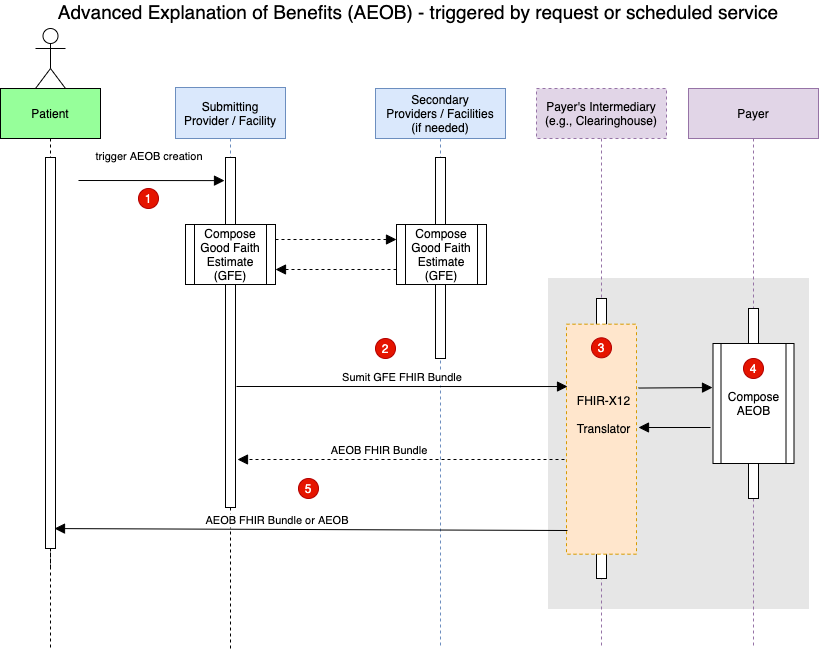
This is input/images/AEOB-interaction.png from HL7/davinci-pct, a draw.io export, as it was before one commit. Source tidied: cells renumbered, new cells last; positions are measured from the earlier drawing's top-left corner, leaving out a move shared by most shapes.
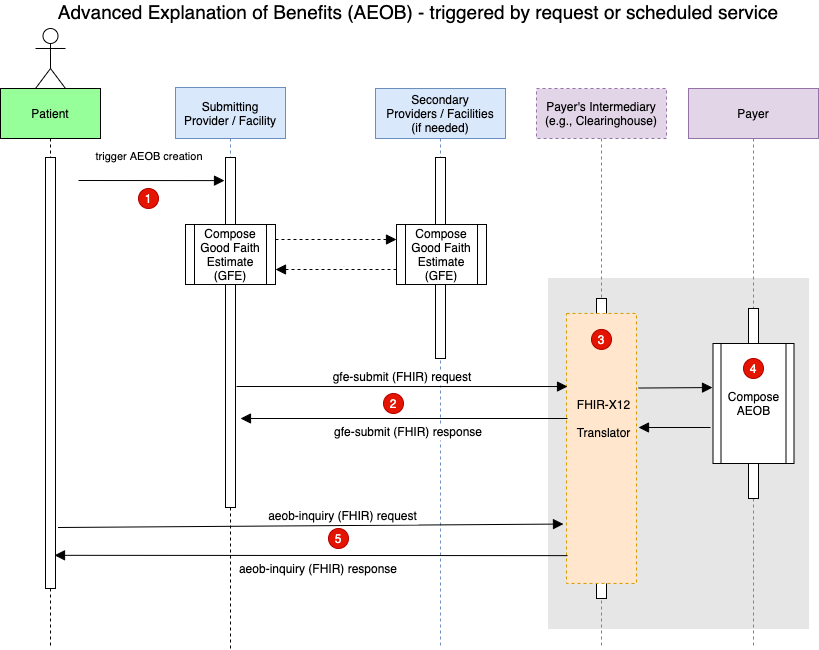
After the commit.

Change to the diagram source:
```diff
@@ -3,10 +3,10 @@
     <mxCell id="0" />
     <mxCell id="1" parent="0" />
     <mxCell id="2" value="Patient" style="shape=umlLifeline;perimeter=lifelinePerimeter;rounded=0;shadow=0;strokeWidth=1;fillColor=#96FF9A;size=50;" parent="1" vertex="1">
-      <mxGeometry y="87" width="100" height="480" as="geometry" />
+      <mxGeometry y="87" width="100" height="500" as="geometry" />
     </mxCell>
     <mxCell id="3" style="points=[];perimeter=orthogonalPerimeter;rounded=0;shadow=0;strokeWidth=1;" parent="2" vertex="1">
-      <mxGeometry x="45" y="69" width="10" height="391" as="geometry" />
+      <mxGeometry x="45" y="69" width="10" height="431" as="geometry" />
     </mxCell>
     <mxCell id="4" value="Submitting &#10;Provider / Facility" style="shape=umlLifeline;perimeter=lifelinePerimeter;rounded=0;shadow=0;strokeWidth=1;fillColor=#dae8fc;size=51;strokeColor=#6c8ebf;" parent="1" vertex="1">
       <mxGeometry x="175" y="86" width="110" height="420" as="geometry" />
@@ -58,19 +58,19 @@
       <mxGeometry x="138" y="187" width="20" height="20" as="geometry" />
     </mxCell>
     <mxCell id="18" value="2" style="ellipse;whiteSpace=wrap;html=1;fillColor=#e51400;strokeColor=#B20000;fontColor=#ffffff;" parent="1" vertex="1">
-      <mxGeometry x="375" y="337" width="20" height="20" as="geometry" />
+      <mxGeometry x="383" y="392" width="20" height="20" as="geometry" />
     </mxCell>
     <mxCell id="19" value="5" style="ellipse;whiteSpace=wrap;html=1;fillColor=#e51400;strokeColor=#B20000;fontColor=#ffffff;" parent="1" vertex="1">
-      <mxGeometry x="298" y="477" width="20" height="20" as="geometry" />
+      <mxGeometry x="328" y="527" width="20" height="20" as="geometry" />
     </mxCell>
     <mxCell id="20" style="perimeter=orthogonalPerimeter;rounded=0;shadow=0;strokeWidth=1;fillColor=#E6E6E6;strokeColor=#E6E6E6;" parent="1" vertex="1">
-      <mxGeometry x="548" y="277" width="260" height="330" as="geometry" />
+      <mxGeometry x="548" y="277" width="260" height="350" as="geometry" />
     </mxCell>
     <mxCell id="21" value="Payer's Intermediary&#10;(e.g., Clearinghouse)" style="shape=umlLifeline;perimeter=lifelinePerimeter;rounded=0;shadow=0;strokeWidth=1;fillColor=#e1d5e7;strokeColor=#9673a6;dashed=1;size=50;" parent="1" vertex="1">
       <mxGeometry x="536" y="87" width="130" height="560" as="geometry" />
     </mxCell>
     <mxCell id="22" style="perimeter=orthogonalPerimeter;rounded=0;shadow=0;strokeWidth=1;" parent="21" vertex="1">
-      <mxGeometry x="60" y="210" width="10" height="280" as="geometry" />
+      <mxGeometry x="60" y="210" width="10" height="300" as="geometry" />
     </mxCell>
     <mxCell id="23" value="Payer" style="shape=umlLifeline;perimeter=lifelinePerimeter;rounded=0;shadow=0;strokeWidth=1;fillColor=#e1d5e7;strokeColor=#9673a6;size=50;" parent="1" vertex="1">
       <mxGeometry x="688" y="87" width="130" height="560" as="geometry" />
@@ -79,16 +79,16 @@
       <mxGeometry x="60" y="220" width="10" height="190" as="geometry" />
     </mxCell>
     <mxCell id="25" style="group;" parent="1" vertex="1">
-      <mxGeometry x="568" y="327" width="70" height="230" as="geometry" />
+      <mxGeometry x="568" y="317" width="70" height="270" as="geometry" />
     </mxCell>
     <mxCell id="26" style="rounded=0;whiteSpace=wrap;html=1;fillColor=#ffe6cc;strokeColor=#d79b00;dashed=1;" parent="25" vertex="1">
-      <mxGeometry x="-2" y="-4.3" width="70" height="230" as="geometry" />
+      <mxGeometry x="-2" y="-5.1" width="70" height="270" as="geometry" />
     </mxCell>
     <mxCell id="27" value="&lt;font style=&quot;font-size: 12px ; font-weight: normal&quot;&gt;FHIR-X12&lt;br&gt;Translator&lt;/font&gt;" style="text;strokeColor=none;fillColor=none;html=1;fontSize=24;fontStyle=1;verticalAlign=middle;align=center;" parent="25" vertex="1">
-      <mxGeometry y="43.6" width="70" height="76.7" as="geometry" />
+      <mxGeometry y="51.2" width="70" height="90" as="geometry" />
     </mxCell>
     <mxCell id="28" value="3" style="ellipse;whiteSpace=wrap;html=1;fillColor=#e51400;strokeColor=#B20000;fontColor=#ffffff;" parent="25" vertex="1">
-      <mxGeometry x="23" y="9.3" width="20" height="20" as="geometry" />
+      <mxGeometry x="23" y="10.9" width="20" height="20" as="geometry" />
     </mxCell>
     <mxCell id="29" value="Compose AEOB" style="shape=process;whiteSpace=wrap;html=1;backgroundOutline=1;" parent="1" vertex="1">
       <mxGeometry x="712.5" y="342" width="81" height="120" as="geometry" />
@@ -96,18 +96,10 @@
     <mxCell id="30" value="4" style="ellipse;whiteSpace=wrap;html=1;fillColor=#e51400;strokeColor=#B20000;fontColor=#ffffff;" parent="1" vertex="1">
       <mxGeometry x="743" y="357" width="20" height="20" as="geometry" />
     </mxCell>
-    <mxCell id="31" value="AEOB FHIR Bundle or AEOB" style="verticalAlign=bottom;endArrow=block;endSize=8;shadow=0;strokeWidth=1;endFill=1;entryX=0.9;entryY=0.949;entryDx=0;entryDy=0;entryPerimeter=0;exitX=0.014;exitY=0.897;exitDx=0;exitDy=0;exitPerimeter=0;" parent="1" edge="1" source="26">
-      <mxGeometry x="0.13" relative="1" as="geometry">
-        <mxPoint x="54" y="527.1" as="targetPoint" />
-      </mxGeometry>
+    <mxCell id="31" value="aeob-inquiry (FHIR) response" style="verticalAlign=bottom;endArrow=block;endSize=8;shadow=0;strokeWidth=1;endFill=1;entryX=0.9;entryY=0.923;entryDx=0;entryDy=0;entryPerimeter=0;exitX=0.014;exitY=0.897;exitDx=0;exitDy=0;exitPerimeter=0;fontSize=12;" parent="1" edge="1" source="26" target="3">
+      <mxGeometry x="-0.03" y="23" relative="1" as="geometry" />
     </mxCell>
-    <mxCell id="32" value="AEOB FHIR Bundle" style="verticalAlign=bottom;endArrow=block;endSize=8;shadow=0;strokeWidth=1;endFill=1;dashed=1;" parent="1" edge="1">
-      <mxGeometry x="0.13" relative="1" as="geometry">
-        <mxPoint x="564" y="458" as="sourcePoint" />
-        <mxPoint x="237" y="458" as="targetPoint" />
-      </mxGeometry>
-    </mxCell>
-    <mxCell id="33" value="Sumit GFE FHIR Bundle" style="verticalAlign=bottom;endArrow=block;shadow=0;strokeWidth=1;entryX=-0.014;entryY=0.388;entryDx=0;entryDy=0;entryPerimeter=0;endSize=8;" parent="1" edge="1">
+    <mxCell id="33" value="gfe-submit (FHIR) request" style="verticalAlign=bottom;endArrow=block;shadow=0;strokeWidth=1;entryX=-0.014;entryY=0.388;entryDx=0;entryDy=0;entryPerimeter=0;endSize=8;fontSize=12;" parent="1" edge="1">
       <mxGeometry relative="1" as="geometry">
         <mxPoint x="236" y="385" as="sourcePoint" />
         <mxPoint x="567" y="385" as="targetPoint" />
@@ -124,5 +116,16 @@
         <mxPoint x="638" y="426" as="targetPoint" />
       </mxGeometry>
     </mxCell>
+    <mxCell id="36" value="aeob-inquiry (FHIR) request" style="verticalAlign=bottom;endArrow=block;endSize=8;shadow=0;strokeWidth=1;endFill=1;entryX=-0.043;entryY=0.78;entryDx=0;entryDy=0;entryPerimeter=0;fontSize=12;" parent="1" edge="1" target="26">
+      <mxGeometry x="0.13" relative="1" as="geometry">
+        <mxPoint x="57.5" y="526" as="sourcePoint" />
+      </mxGeometry>
+    </mxCell>
+    <mxCell id="37" value="gfe-submit (FHIR) response" style="verticalAlign=bottom;endArrow=block;endSize=8;shadow=0;strokeWidth=1;endFill=1;fontSize=12;" parent="1" edge="1">
+      <mxGeometry x="-0.03" y="23" relative="1" as="geometry">
+        <mxPoint x="567" y="417" as="sourcePoint" />
+        <mxPoint x="240" y="417" as="targetPoint" />
+      </mxGeometry>
+    </mxCell>
   </root>
 </mxGraphModel>
```
